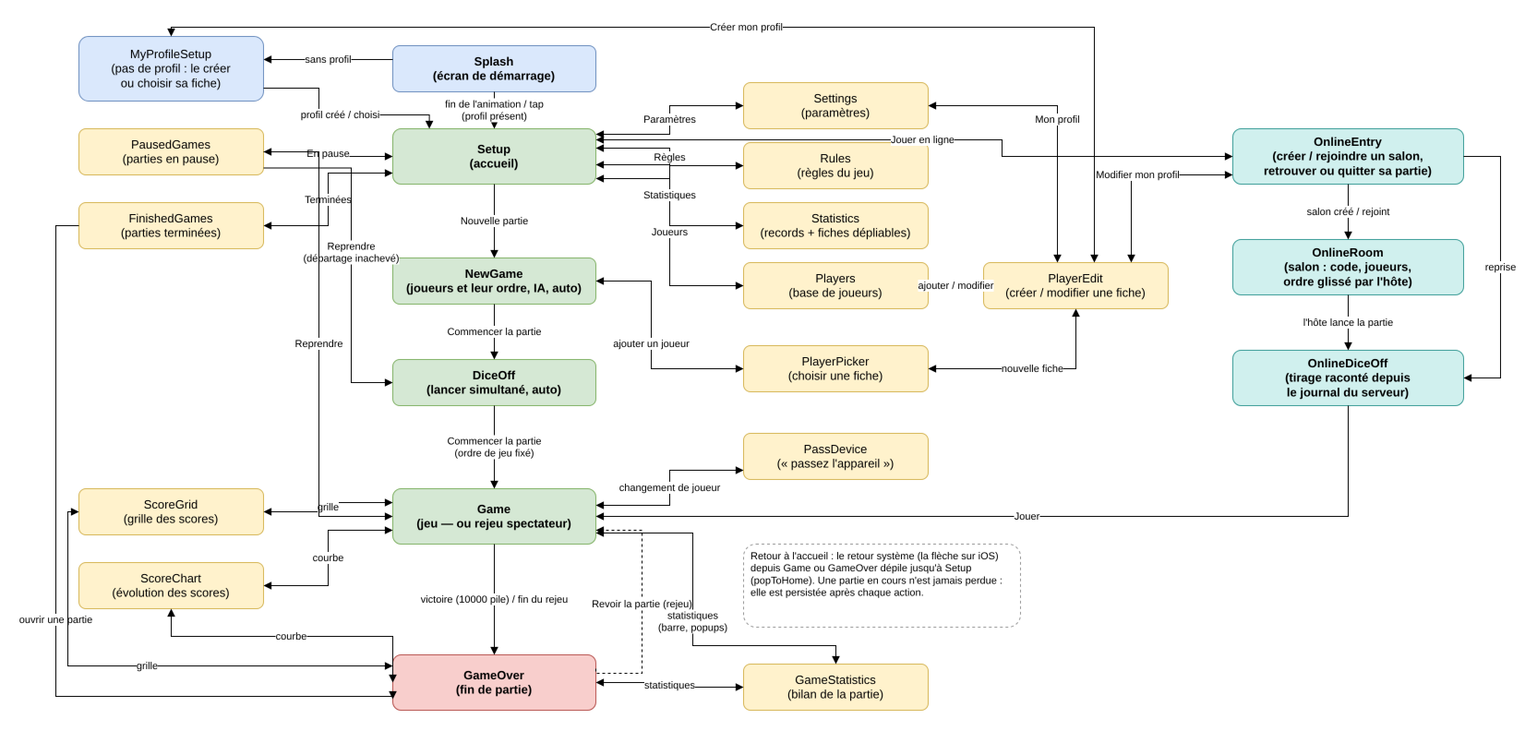
Earlier version of the draw.io export docs/screen-flow.png (microscotch/tenk). Source tidied: cells renumbered, new cells last; positions are measured from the earlier drawing's top-left corner, leaving out a move shared by most shapes.
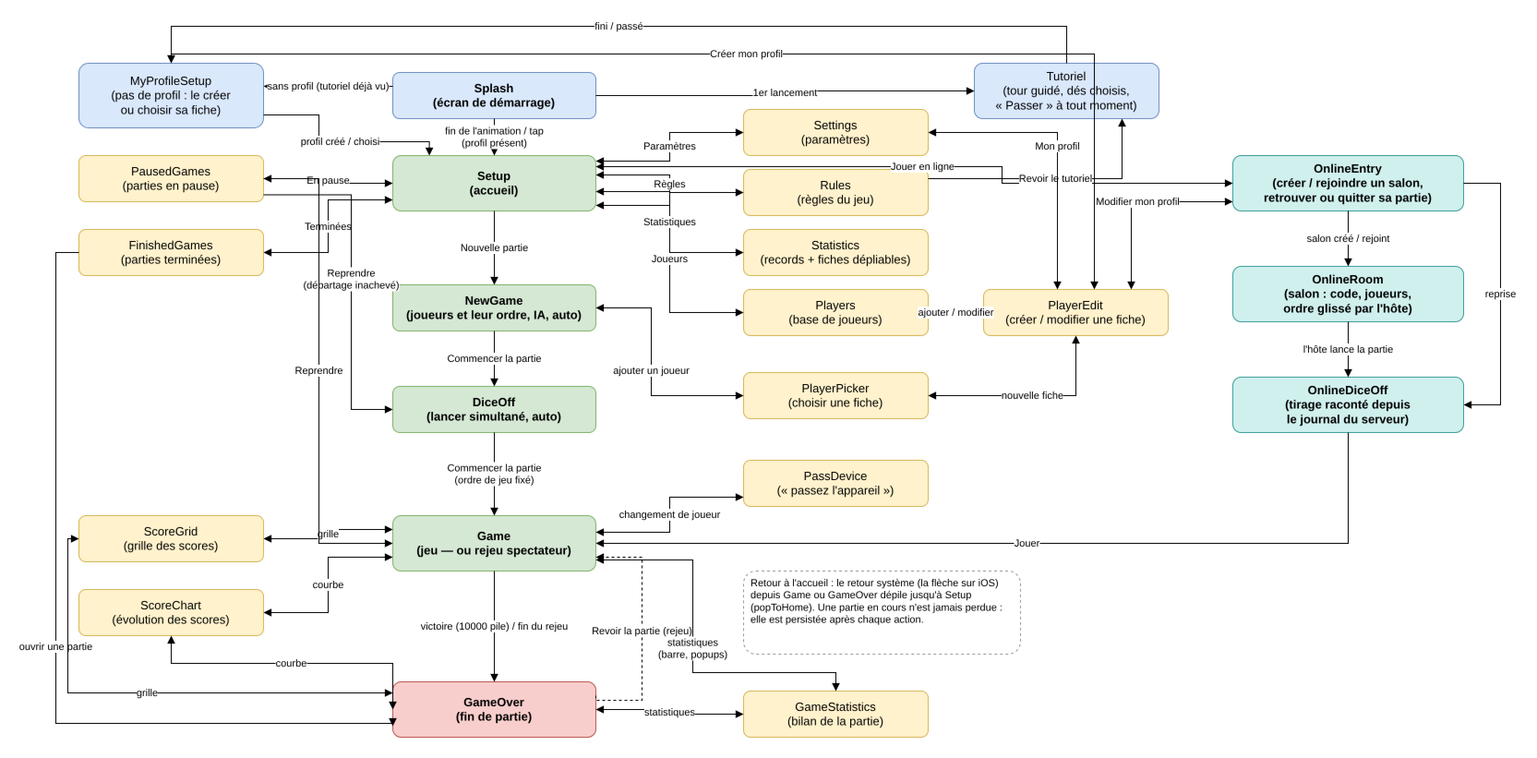
After the commit.

What changed in the source:
```diff
@@ -216,7 +216,24 @@
     <mxCell id="54" value="MyProfileSetup&#10;(pas de profil : le créer&#10;ou choisir sa fiche)" style="rounded=1;whiteSpace=wrap;html=1;fillColor=#dae8fc;strokeColor=#6c8ebf;fontSize=13;" parent="1" vertex="1">
       <mxGeometry x="25" y="10" width="200" height="70" as="geometry" />
     </mxCell>
+    <mxCell id="60" value="Tutoriel&#10;(tour guidé, dés choisis,&#10;« Passer » à tout moment)" style="rounded=1;whiteSpace=wrap;html=1;fillColor=#dae8fc;strokeColor=#6c8ebf;fontSize=13;" parent="1" vertex="1">
+      <mxGeometry x="995" y="10" width="200" height="60" as="geometry" />
+    </mxCell>
+    <mxCell id="61" value="1er lancement" style="edgeStyle=orthogonalEdgeStyle;rounded=0;html=1;fontSize=11;endArrow=block;endFill=1;labelBackgroundColor=#ffffff;exitX=1;exitY=0.5;entryX=0;entryY=0.5;" parent="1" edge="1" source="2" target="60">
+      <mxGeometry relative="1" as="geometry" />
+    </mxCell>
+    <mxCell id="62" value="fini / passé" style="edgeStyle=orthogonalEdgeStyle;rounded=0;html=1;fontSize=11;endArrow=block;endFill=1;labelBackgroundColor=#ffffff;exitX=0.5;exitY=0;entryX=0.5;entryY=0;" parent="1" edge="1" source="60" target="54">
+      <mxGeometry relative="1" as="geometry">
+        <Array as="points">
+          <mxPoint x="1095" y="-30" />
+          <mxPoint x="125" y="-30" />
+        </Array>
+      </mxGeometry>
+    </mxCell>
+    <mxCell id="63" value="Revoir le tutoriel" style="edgeStyle=orthogonalEdgeStyle;rounded=0;html=1;fontSize=11;endArrow=block;endFill=1;labelBackgroundColor=#ffffff;exitX=1;exitY=0.2;entryX=0.8;entryY=1;" parent="1" edge="1" source="8" target="60">
+      <mxGeometry relative="1" as="geometry" />
+    </mxCell>
-    <mxCell id="55" value="sans profil" style="edgeStyle=orthogonalEdgeStyle;rounded=0;html=1;fontSize=11;endArrow=block;endFill=1;labelBackgroundColor=#ffffff;exitX=0;exitY=0.3;entryX=1;entryY=0.357;" parent="1" edge="1" source="2" target="54">
+    <mxCell id="55" value="sans profil (tutoriel déjà vu)" style="edgeStyle=orthogonalEdgeStyle;rounded=0;html=1;fontSize=11;endArrow=block;endFill=1;labelBackgroundColor=#ffffff;exitX=0;exitY=0.3;entryX=1;entryY=0.357;" parent="1" edge="1" source="2" target="54">
       <mxGeometry relative="1" as="geometry" />
     </mxCell>
     <mxCell id="56" value="profil créé / choisi" style="edgeStyle=orthogonalEdgeStyle;rounded=0;html=1;fontSize=11;endArrow=block;endFill=1;labelBackgroundColor=#ffffff;exitX=1;exitY=0.8;entryX=0.18;entryY=0;" parent="1" edge="1" source="54" target="3">
```
